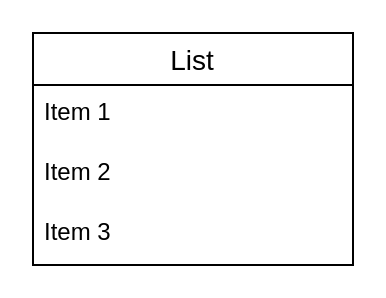
This is Tutorial 2/Tutorial2_Exercise3.drawio from ChitharaKarunasekera/DatabaseSystemsTutorials, a draw.io file, before an edit. Source tidied: cells renumbered, new cells numbered last; positions are measured from the earlier drawing's top-left corner, leaving out a move shared by most shapes. Both pictures are drawn from the tidied source at 200%, with x=0, y=0 at pixel (32, 32).
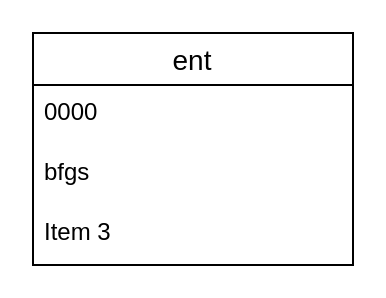
Above is the later version.

Change to the diagram source:
```diff
@@
 <mxGraphModel>
   <root>
     <mxCell id="0" />
     <mxCell id="1" parent="0" />
-    <mxCell id="2" value="List" style="swimlane;fontStyle=0;horizontal=1;startSize=26;align=center;fontSize=14;" parent="1" vertex="1">
+    <mxCell id="2" value="ent" style="swimlane;fontStyle=0;horizontal=1;startSize=26;align=center;fontSize=14;" parent="1" vertex="1">
       <mxGeometry width="160" height="116" as="geometry" />
     </mxCell>
-    <mxCell id="3" value="Item 1" style="text;strokeColor=none;fillColor=none;spacingLeft=4;spacingRight=4;overflow=hidden;fontSize=12;" parent="2" vertex="1">
+    <mxCell id="3" value="0000" style="text;strokeColor=none;fillColor=none;spacingLeft=4;spacingRight=4;overflow=hidden;fontSize=12;" parent="2" vertex="1">
       <mxGeometry y="26" width="160" height="30" as="geometry" />
     </mxCell>
-    <mxCell id="4" value="Item 2" style="text;strokeColor=none;fillColor=none;spacingLeft=4;spacingRight=4;overflow=hidden;fontSize=12;" parent="2" vertex="1">
+    <mxCell id="4" value="bfgs" style="text;strokeColor=none;fillColor=none;spacingLeft=4;spacingRight=4;overflow=hidden;fontSize=12;" parent="2" vertex="1">
       <mxGeometry y="56" width="160" height="30" as="geometry" />
     </mxCell>
     <mxCell id="5" value="Item 3" style="text;strokeColor=none;fillColor=none;spacingLeft=4;spacingRight=4;overflow=hidden;fontSize=12;" parent="2" vertex="1">
       <mxGeometry y="86" width="160" height="30" as="geometry" />
     </mxCell>
   </root>
 </mxGraphModel>
```
